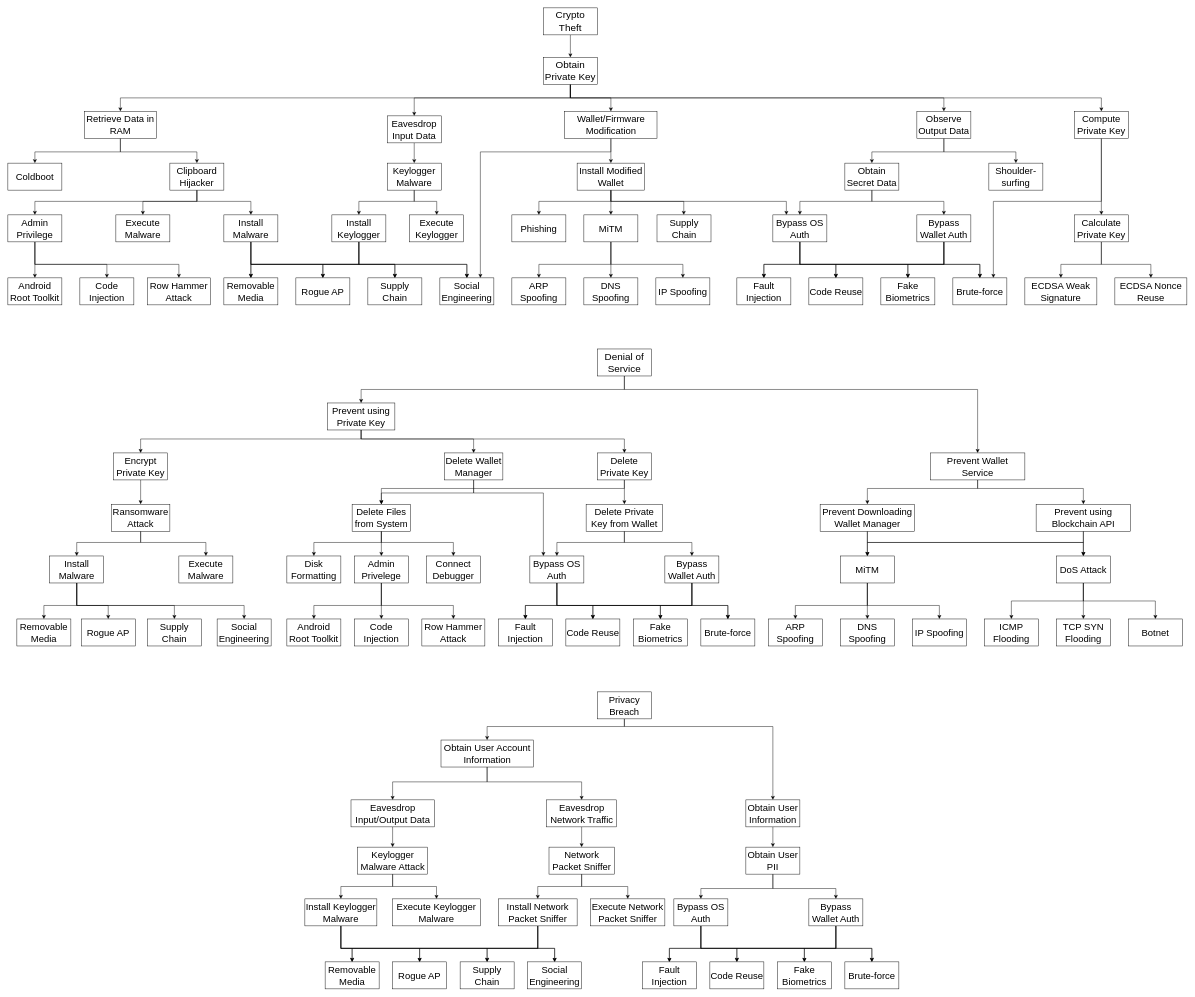
xujiahuayz/crypto-wallets keeps this draw.io diagram as page "attack-tree" (13 of 16) of assets/crypto-wallets.drawio. Above is the earlier version. Source tidied: cells renumbered, new cells numbered last; positions are measured from the earlier drawing's top-left corner, leaving out a move shared by most shapes. Both pictures are drawn from the tidied source at 45%, with x=0, y=0 at pixel (8, 8).
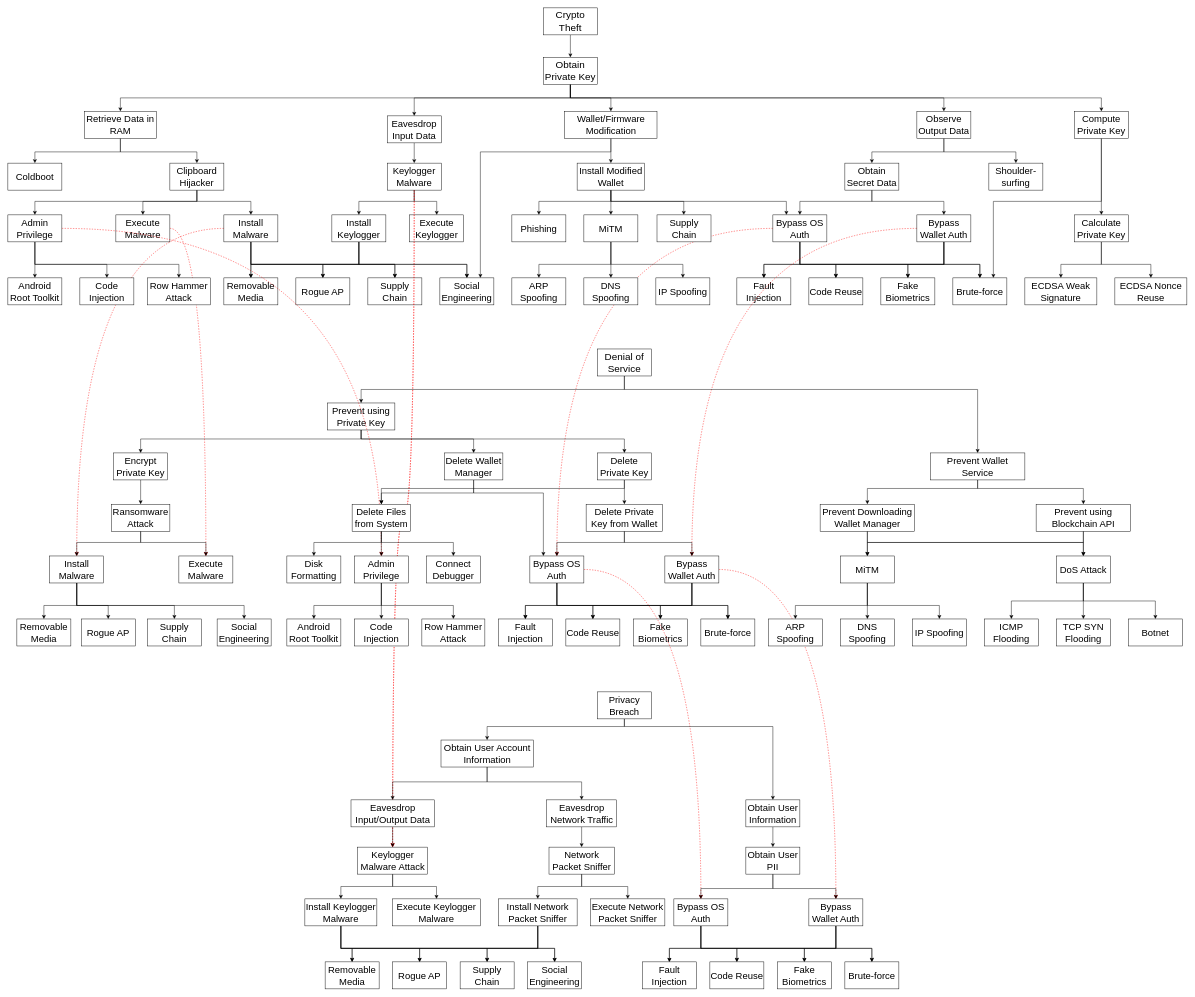
The same diagram, later.

Unchanged cells that the change refers to:
```xml
<mxCell id="19" value="&lt;font style=&quot;font-size: 21px;&quot;&gt;Bypass OS Auth&lt;br&gt;&lt;/font&gt;" style="rounded=0;whiteSpace=wrap;html=1;" parent="1" vertex="1">
  <mxGeometry x="1700" y="460" width="120" height="60" as="geometry" />
</mxCell>
<mxCell id="24" value="&lt;font style=&quot;font-size: 21px;&quot;&gt;Bypass Wallet Auth&lt;/font&gt;" style="rounded=0;whiteSpace=wrap;html=1;" parent="1" vertex="1">
  <mxGeometry x="2020" y="460" width="120" height="60" as="geometry" />
</mxCell>
<mxCell id="28" value="&lt;font style=&quot;font-size: 21px;&quot;&gt;Keylogger Malware&lt;/font&gt;" style="rounded=0;whiteSpace=wrap;html=1;" parent="1" vertex="1">
  <mxGeometry x="843" y="345" width="120" height="60" as="geometry" />
</mxCell>
<mxCell id="54" value="&lt;font style=&quot;font-size: 21px;&quot;&gt;Bypass OS Auth&lt;/font&gt;" style="rounded=0;whiteSpace=wrap;html=1;" parent="1" vertex="1">
  <mxGeometry x="1160" y="1218" width="120" height="60" as="geometry" />
</mxCell>
<mxCell id="59" value="&lt;font style=&quot;font-size: 21px;&quot;&gt;Bypass Wallet Auth&lt;/font&gt;" style="rounded=0;whiteSpace=wrap;html=1;" parent="1" vertex="1">
  <mxGeometry x="1460" y="1218" width="120" height="60" as="geometry" />
</mxCell>
<mxCell id="91" value="&lt;font style=&quot;font-size: 21px;&quot;&gt;Keylogger Malware Attack&lt;/font&gt;" style="rounded=0;whiteSpace=wrap;html=1;" parent="1" vertex="1">
  <mxGeometry x="777.5" y="1865" width="155" height="60" as="geometry" />
</mxCell>
<mxCell id="113" value="&lt;font style=&quot;font-size: 21px;&quot;&gt;Execute Malware&lt;/font&gt;" style="rounded=0;whiteSpace=wrap;html=1;" parent="1" vertex="1">
  <mxGeometry x="240" y="460" width="120" height="60" as="geometry" />
</mxCell>
<mxCell id="117" value="&lt;font style=&quot;font-size: 21px;&quot;&gt;Admin Privilege&lt;/font&gt;" style="rounded=0;whiteSpace=wrap;html=1;" parent="1" vertex="1">
  <mxGeometry y="460" width="120" height="60" as="geometry" />
</mxCell>
<mxCell id="122" value="&lt;font style=&quot;font-size: 21px;&quot;&gt;Install Malware&lt;/font&gt;" style="rounded=0;whiteSpace=wrap;html=1;" parent="1" vertex="1">
  <mxGeometry x="480" y="460" width="120" height="60" as="geometry" />
</mxCell>
<mxCell id="160" value="&lt;font style=&quot;font-size: 21px;&quot;&gt;Install Malware&lt;/font&gt;" style="rounded=0;whiteSpace=wrap;html=1;" parent="1" vertex="1">
  <mxGeometry x="93" y="1218" width="120" height="60" as="geometry" />
</mxCell>
<mxCell id="161" value="&lt;font style=&quot;font-size: 21px;&quot;&gt;Execute Malware&lt;/font&gt;" style="rounded=0;whiteSpace=wrap;html=1;" parent="1" vertex="1">
  <mxGeometry x="380" y="1218" width="120" height="60" as="geometry" />
</mxCell>
<mxCell id="215" value="&lt;font style=&quot;font-size: 21px;&quot;&gt;Bypass OS Auth&lt;/font&gt;" style="rounded=0;whiteSpace=wrap;html=1;" parent="1" vertex="1">
  <mxGeometry x="1480" y="1980" width="120" height="60" as="geometry" />
</mxCell>
<mxCell id="220" value="&lt;font style=&quot;font-size: 21px;&quot;&gt;Bypass Wallet Auth&lt;/font&gt;" style="rounded=0;whiteSpace=wrap;html=1;" parent="1" vertex="1">
  <mxGeometry x="1780" y="1980" width="120" height="60" as="geometry" />
</mxCell>
```

The edit, as a diff of the source:
```diff
@@
+    <mxCell id="224" style="edgeStyle=orthogonalEdgeStyle;rounded=0;jettySize=auto;html=1;curved=1;strokeColor=#ff0000;dashed=1;" parent="1" edge="1" source="19" target="54">
+      <mxGeometry relative="1" as="geometry" />
+    </mxCell>
@@
+    <mxCell id="225" style="edgeStyle=orthogonalEdgeStyle;rounded=0;jettySize=auto;html=1;curved=1;strokeColor=#ff0000;dashed=1;" parent="1" edge="1" source="24" target="59">
+      <mxGeometry relative="1" as="geometry" />
+    </mxCell>
@@
+    <mxCell id="226" style="edgeStyle=orthogonalEdgeStyle;rounded=0;jettySize=auto;html=1;entryX=0.5;entryY=0;entryDx=0;entryDy=0;curved=1;strokeColor=#ff0000;dashed=1;" parent="1" edge="1" source="28" target="91">
+      <mxGeometry relative="1" as="geometry" />
+    </mxCell>
+    <mxCell id="227" style="edgeStyle=orthogonalEdgeStyle;rounded=0;jettySize=auto;html=1;entryX=0.5;entryY=0;entryDx=0;entryDy=0;curved=1;strokeColor=#ff0000;dashed=1;" parent="1" edge="1" source="28" target="91">
+      <mxGeometry relative="1" as="geometry" />
+    </mxCell>
@@
+    <mxCell id="228" style="edgeStyle=orthogonalEdgeStyle;rounded=0;jettySize=auto;html=1;curved=1;strokeColor=#ff0000;dashed=1;" parent="1" edge="1" source="54" target="215">
+      <mxGeometry relative="1" as="geometry" />
+    </mxCell>
@@
+    <mxCell id="229" style="edgeStyle=orthogonalEdgeStyle;rounded=0;jettySize=auto;html=1;entryX=0.5;entryY=0;entryDx=0;entryDy=0;curved=1;strokeColor=#ff0000;dashed=1;" parent="1" edge="1" source="59" target="220">
+      <mxGeometry relative="1" as="geometry" />
+    </mxCell>
@@
+    <mxCell id="230" style="edgeStyle=orthogonalEdgeStyle;rounded=0;jettySize=auto;html=1;curved=1;strokeColor=#ff0000;dashed=1;" parent="1" edge="1" source="113" target="161">
+      <mxGeometry relative="1" as="geometry" />
+    </mxCell>
@@
+    <mxCell id="231" style="edgeStyle=orthogonalEdgeStyle;rounded=0;jettySize=auto;html=1;entryX=0.5;entryY=0;entryDx=0;entryDy=0;curved=1;strokeColor=#ff0000;dashed=1;" parent="1" edge="1" source="117" target="175">
+      <mxGeometry relative="1" as="geometry" />
+    </mxCell>
@@
+    <mxCell id="232" style="edgeStyle=orthogonalEdgeStyle;rounded=0;jettySize=auto;html=1;curved=1;strokeColor=#ff0000;dashed=1;" parent="1" edge="1" source="122" target="160">
+      <mxGeometry relative="1" as="geometry" />
+    </mxCell>
@@
-    <mxCell id="175" value="&lt;font style=&quot;font-size: 21px;&quot;&gt;Admin Privelege&lt;/font&gt;" style="rounded=0;whiteSpace=wrap;html=1;" parent="1" vertex="1">
+    <mxCell id="175" value="&lt;font style=&quot;font-size: 21px;&quot;&gt;Admin Privilege&lt;/font&gt;" style="rounded=0;whiteSpace=wrap;html=1;" parent="1" vertex="1">
       <mxGeometry x="770" y="1218" width="120" height="60" as="geometry" />
     </mxCell>
```
